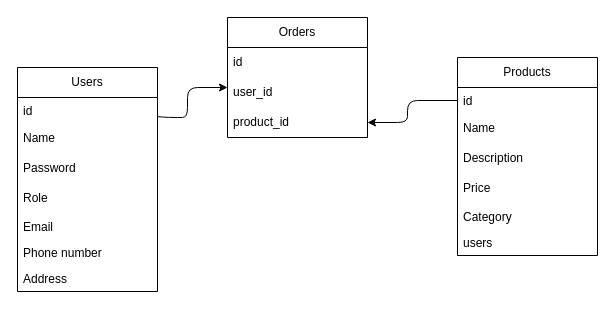
This is db-design.drawio from wanyama23/Electronic-shop-backend, a draw.io file, before an edit. Source tidied: cells renumbered, new cells numbered last; positions are measured from the earlier drawing's top-left corner, leaving out a move shared by most shapes. Both pictures are drawn from the tidied source at 100%, with x=0, y=0 at pixel (17, 17).
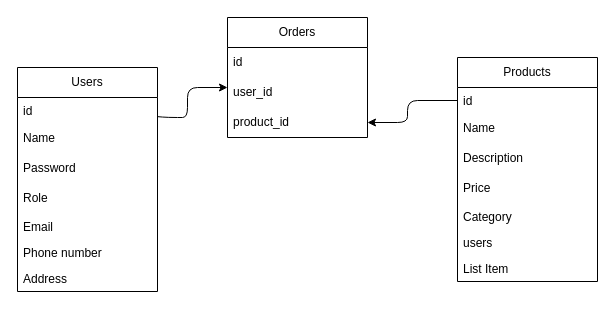
The same diagram, later.

Commit message:
adding image column to products table

Diff of the diagram source:
```diff
@@
     <mxCell id="10" value="Products" style="swimlane;fontStyle=0;horizontal=1;startSize=30;whiteSpace=wrap;html=1;" parent="1" vertex="1">
-      <mxGeometry x="440" y="40" width="140" height="198" as="geometry" />
+      <mxGeometry x="440" y="40" width="140" height="224" as="geometry" />
     </mxCell>
@@
+    <mxCell id="23" value="List Item" style="text;strokeColor=none;fillColor=none;align=left;verticalAlign=top;spacingLeft=4;spacingRight=4;overflow=hidden;whiteSpace=wrap;html=1;" parent="10" vertex="1">
+      <mxGeometry y="198" width="140" height="26" as="geometry" />
+    </mxCell>
```
